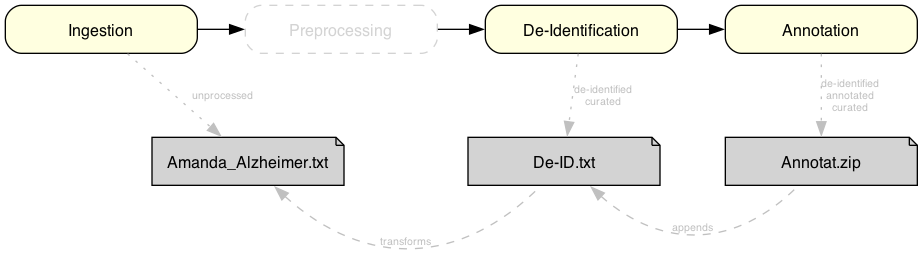
Earlier version of the PlantUML export input/plantuml/NLP-Pipeline.png (forschungsgruppe-digital-health/mii-kds-dokument-ig-inoffiziell). Its source is kept beside it as input/plantuml/NLP-Pipeline.puml.
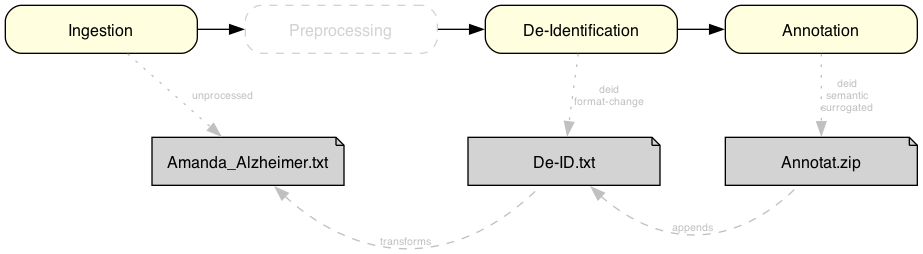
Above is the later version.

The edit, as a diff of the source:
```diff
@@ -66,7 +66,7 @@
     }
 
     s1 -> r1 [label="unprocessed"]
-    s3 -> r3 [label="de-identified\ncurated"]
-    s4 -> r4 [label="de-identified\nannotated\ncurated"]
+    s3 -> r3 [label="deid\nformat-change"]
+    s4 -> r4 [label="deid\nsemantic\nsurrogated"]
 }
 @enddot
```
